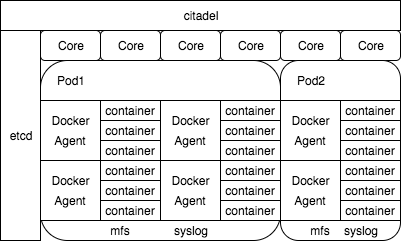
Before: overview/img/core.png, a diagram exported from draw.io (projecteru2/white-paper). Source tidied: cells renumbered, new cells last; positions are measured from the earlier drawing's top-left corner, leaving out a move shared by most shapes.
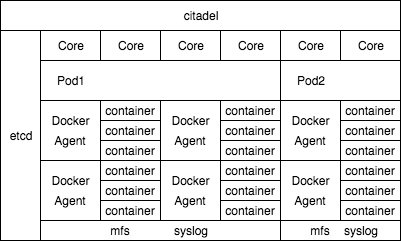
The same file after the commit.

Change to the diagram source:
```diff
@@ -2,28 +2,28 @@
   <root>
     <mxCell id="0" />
     <mxCell id="1" parent="0" />
-    <mxCell id="2" value="Core" style="rounded=1;whiteSpace=wrap;html=1;" parent="1" vertex="1">
+    <mxCell id="2" value="Core" style="rounded=0;whiteSpace=wrap;html=1;" parent="1" vertex="1">
       <mxGeometry x="40" y="30" width="60" height="30" as="geometry" />
     </mxCell>
-    <mxCell id="3" value="Core" style="rounded=1;whiteSpace=wrap;html=1;" parent="1" vertex="1">
+    <mxCell id="3" value="Core" style="rounded=0;whiteSpace=wrap;html=1;" parent="1" vertex="1">
       <mxGeometry x="100" y="30" width="60" height="30" as="geometry" />
     </mxCell>
-    <mxCell id="4" value="Core" style="rounded=1;whiteSpace=wrap;html=1;" parent="1" vertex="1">
+    <mxCell id="4" value="Core" style="rounded=0;whiteSpace=wrap;html=1;" parent="1" vertex="1">
       <mxGeometry x="160" y="30" width="60" height="30" as="geometry" />
     </mxCell>
-    <mxCell id="5" value="Core" style="rounded=1;whiteSpace=wrap;html=1;" parent="1" vertex="1">
+    <mxCell id="5" value="Core" style="rounded=0;whiteSpace=wrap;html=1;" parent="1" vertex="1">
       <mxGeometry x="220" y="30" width="60" height="30" as="geometry" />
     </mxCell>
-    <mxCell id="6" value="Core" style="rounded=1;whiteSpace=wrap;html=1;" parent="1" vertex="1">
+    <mxCell id="6" value="Core" style="rounded=0;whiteSpace=wrap;html=1;" parent="1" vertex="1">
       <mxGeometry x="280" y="30" width="60" height="30" as="geometry" />
     </mxCell>
-    <mxCell id="7" value="Core" style="rounded=1;whiteSpace=wrap;html=1;" parent="1" vertex="1">
+    <mxCell id="7" value="Core" style="rounded=0;whiteSpace=wrap;html=1;" parent="1" vertex="1">
       <mxGeometry x="340" y="30" width="60" height="30" as="geometry" />
     </mxCell>
-    <mxCell id="8" style="rounded=1;whiteSpace=wrap;html=1;" parent="1" vertex="1">
+    <mxCell id="8" style="rounded=0;whiteSpace=wrap;html=1;" parent="1" vertex="1">
       <mxGeometry x="40" y="60" width="240" height="180" as="geometry" />
     </mxCell>
-    <mxCell id="9" style="rounded=1;whiteSpace=wrap;html=1;" parent="1" vertex="1">
+    <mxCell id="9" style="rounded=0;whiteSpace=wrap;html=1;" parent="1" vertex="1">
       <mxGeometry x="280" y="60" width="120" height="180" as="geometry" />
     </mxCell>
     <mxCell id="10" value="Pod1" style="text;html=1;strokeColor=none;fillColor=none;align=center;verticalAlign=middle;whiteSpace=wrap;" parent="1" vertex="1">
```
